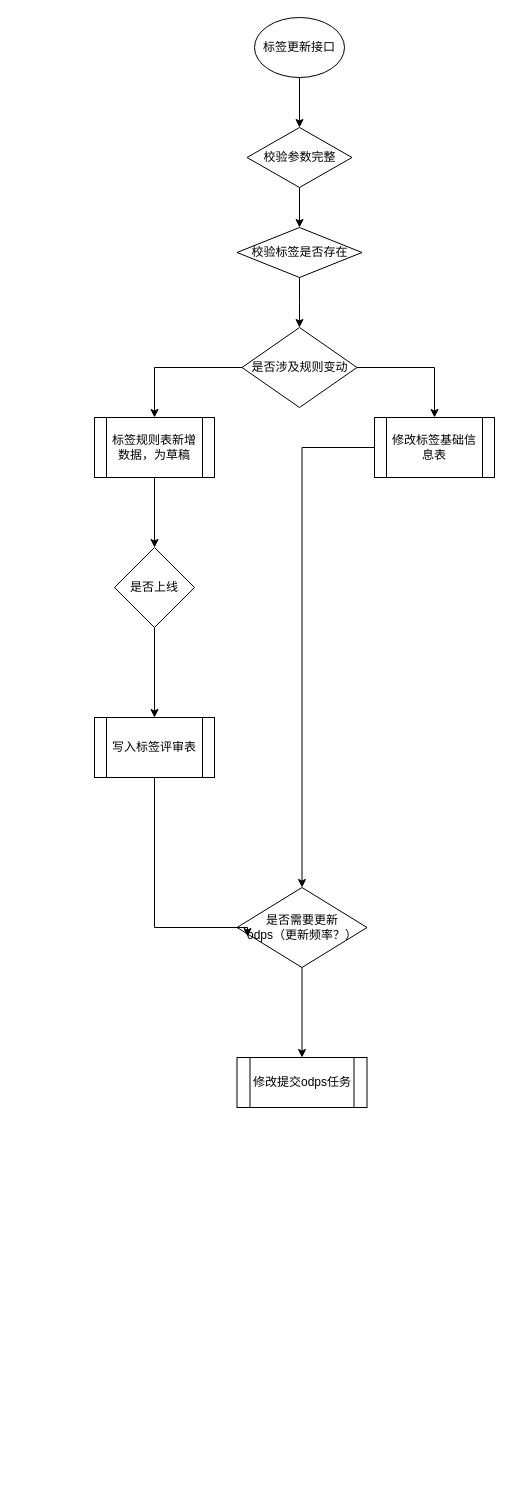
1418956397/JavaWeb-Project-Source-Share keeps this draw.io diagram as 标签更新接口流程图.drawio. Above is the earlier version. Source tidied: cells renumbered, new cells numbered last; positions are measured from the earlier drawing's top-left corner, leaving out a move shared by most shapes. Both pictures are drawn from the tidied source at 100%, with x=0, y=0 at pixel (94, 17).
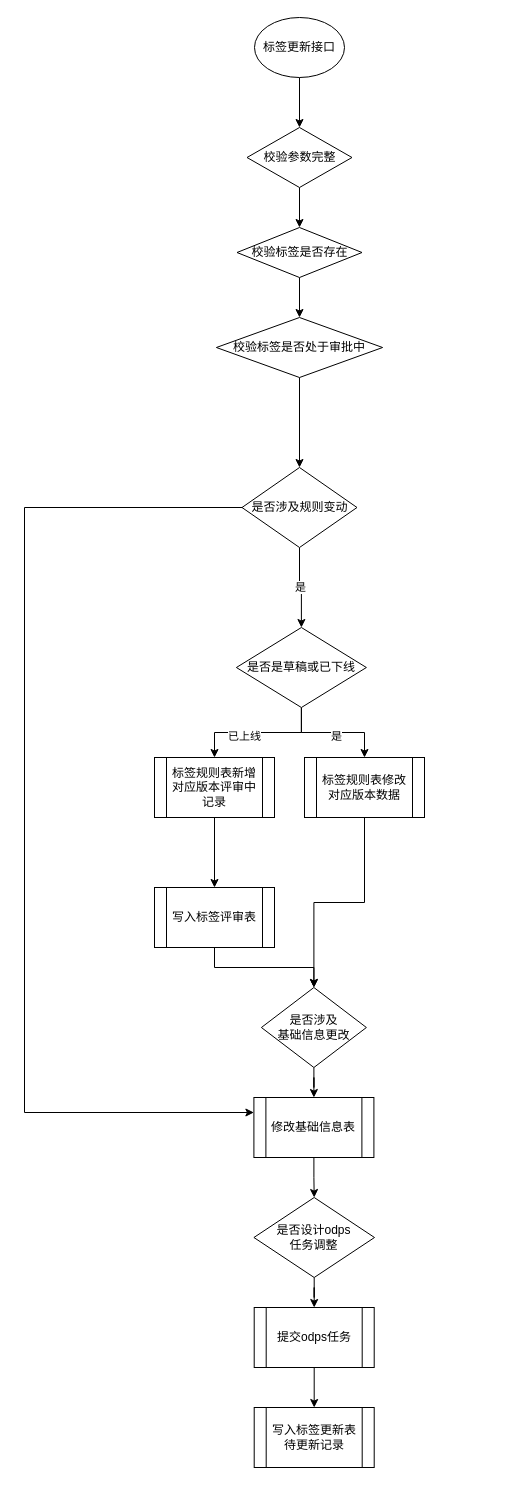
The same diagram, later.

Commit message:
更新标签更新接口流程图.drawio

The change refers to these unchanged cells:
```xml
<mxCell id="7" value="校验标签是否存在" style="rhombus;whiteSpace=wrap;html=1;" parent="1" vertex="1">
  <mxGeometry x="142.5" y="210" width="125" height="50" as="geometry" />
</mxCell>
```

Change to the diagram source:
```diff
@@
-    <mxCell id="6" style="edgeStyle=orthogonalEdgeStyle;rounded=0;jettySize=auto;html=1;" parent="1" edge="1" source="7">
-      <mxGeometry relative="1" as="geometry">
-        <mxPoint x="205" y="310" as="targetPoint" />
-      </mxGeometry>
+    <mxCell id="6" style="edgeStyle=orthogonalEdgeStyle;rounded=0;jettySize=auto;html=1;" parent="1" edge="1" source="7" target="23">
+      <mxGeometry relative="1" as="geometry" />
     </mxCell>
@@
-    <mxCell id="8" style="edgeStyle=orthogonalEdgeStyle;rounded=0;jettySize=auto;html=1;" parent="1" edge="1" source="10" target="12">
+    <mxCell id="8" value="是" style="edgeStyle=orthogonalEdgeStyle;rounded=0;jettySize=auto;html=1;" parent="1" edge="1" source="10" target="29">
       <mxGeometry relative="1" as="geometry" />
     </mxCell>
-    <mxCell id="9" style="edgeStyle=orthogonalEdgeStyle;rounded=0;jettySize=auto;html=1;" parent="1" edge="1" source="10" target="14">
-      <mxGeometry relative="1" as="geometry" />
-    </mxCell>
     <mxCell id="10" value="是否涉及规则变动" style="rhombus;whiteSpace=wrap;html=1;" parent="1" vertex="1">
-      <mxGeometry x="147.5" y="310" width="115" height="80" as="geometry" />
+      <mxGeometry x="147.5" y="450" width="115" height="80" as="geometry" />
     </mxCell>
-    <mxCell id="11" style="edgeStyle=orthogonalEdgeStyle;rounded=0;jettySize=auto;html=1;" parent="1" edge="1" source="12" target="16">
-      <mxGeometry relative="1" as="geometry" />
-    </mxCell>
-    <mxCell id="12" value="标签规则表新增数据，为草稿" style="shape=process;whiteSpace=wrap;html=1;backgroundOutline=1;" parent="1" vertex="1">
-      <mxGeometry y="400" width="120" height="60" as="geometry" />
-    </mxCell>
-    <mxCell id="13" style="edgeStyle=orthogonalEdgeStyle;rounded=0;jettySize=auto;html=1;" parent="1" edge="1" source="14" target="19">
-      <mxGeometry relative="1" as="geometry" />
-    </mxCell>
-    <mxCell id="14" value="修改标签基础信息表" style="shape=process;whiteSpace=wrap;html=1;backgroundOutline=1;" parent="1" vertex="1">
-      <mxGeometry x="280" y="400" width="120" height="60" as="geometry" />
-    </mxCell>
-    <mxCell id="15" style="edgeStyle=orthogonalEdgeStyle;rounded=0;jettySize=auto;html=1;" parent="1" edge="1" source="16" target="17">
-      <mxGeometry relative="1" as="geometry" />
-    </mxCell>
-    <mxCell id="16" value="是否上线" style="rhombus;whiteSpace=wrap;html=1;" parent="1" vertex="1">
-      <mxGeometry x="20" y="530" width="80" height="80" as="geometry" />
-    </mxCell>
+    <mxCell id="22" style="edgeStyle=orthogonalEdgeStyle;rounded=0;jettySize=auto;html=1;" parent="1" edge="1" source="23" target="10">
+      <mxGeometry relative="1" as="geometry" />
+    </mxCell>
+    <mxCell id="23" value="校验标签是否处于审批中" style="rhombus;whiteSpace=wrap;html=1;" parent="1" vertex="1">
+      <mxGeometry x="121.9" y="300" width="166.2" height="60" as="geometry" />
+    </mxCell>
+    <mxCell id="24" style="edgeStyle=orthogonalEdgeStyle;rounded=0;jettySize=auto;html=1;" parent="1" edge="1" source="29" target="31">
+      <mxGeometry relative="1" as="geometry" />
+    </mxCell>
+    <mxCell id="25" value="是" style="edgeLabel;html=1;align=center;verticalAlign=middle;" parent="24" vertex="1">
+      <mxGeometry x="0.06" y="-3" relative="1" as="geometry" />
+    </mxCell>
+    <mxCell id="26" style="edgeStyle=orthogonalEdgeStyle;rounded=0;jettySize=auto;html=1;" parent="1" edge="1" source="29" target="33">
+      <mxGeometry relative="1" as="geometry" />
+    </mxCell>
+    <mxCell id="27" value="已上线" style="edgeLabel;html=1;align=center;verticalAlign=middle;" parent="26" vertex="1">
+      <mxGeometry x="0.2" y="3" relative="1" as="geometry" />
+    </mxCell>
+    <mxCell id="28" style="edgeStyle=orthogonalEdgeStyle;rounded=0;jettySize=auto;html=1;entryX=0;entryY=0.25;entryDx=0;entryDy=0;exitX=0;exitY=0.5;exitDx=0;exitDy=0;" parent="1" edge="1" source="10" target="38">
+      <mxGeometry relative="1" as="geometry">
+        <Array as="points">
+          <mxPoint x="-70" y="490" />
+          <mxPoint x="-70" y="1095" />
+        </Array>
+      </mxGeometry>
+    </mxCell>
+    <mxCell id="29" value="是否是草稿或已下线" style="rhombus;whiteSpace=wrap;html=1;" parent="1" vertex="1">
+      <mxGeometry x="141.9" y="610" width="130" height="80" as="geometry" />
+    </mxCell>
+    <mxCell id="30" style="edgeStyle=orthogonalEdgeStyle;rounded=0;jettySize=auto;html=1;" parent="1" edge="1" source="31" target="36">
+      <mxGeometry relative="1" as="geometry" />
+    </mxCell>
+    <mxCell id="31" value="标签规则表修改对应版本数据" style="shape=process;whiteSpace=wrap;html=1;backgroundOutline=1;" parent="1" vertex="1">
+      <mxGeometry x="210" y="740" width="120" height="60" as="geometry" />
+    </mxCell>
+    <mxCell id="32" style="edgeStyle=orthogonalEdgeStyle;rounded=0;jettySize=auto;html=1;" parent="1" edge="1" source="33" target="17">
+      <mxGeometry relative="1" as="geometry" />
+    </mxCell>
+    <mxCell id="33" value="标签规则表新增对应版本评审中记录" style="shape=process;whiteSpace=wrap;html=1;backgroundOutline=1;" parent="1" vertex="1">
+      <mxGeometry x="60" y="740" width="120" height="60" as="geometry" />
+    </mxCell>
+    <mxCell id="34" style="edgeStyle=orthogonalEdgeStyle;rounded=0;jettySize=auto;html=1;" parent="1" edge="1" source="17" target="36">
+      <mxGeometry relative="1" as="geometry" />
+    </mxCell>
     <mxCell id="17" value="写入标签评审表" style="shape=process;whiteSpace=wrap;html=1;backgroundOutline=1;" parent="1" vertex="1">
-      <mxGeometry y="700" width="120" height="60" as="geometry" />
+      <mxGeometry x="60" y="870" width="120" height="60" as="geometry" />
     </mxCell>
-    <mxCell id="18" style="edgeStyle=orthogonalEdgeStyle;rounded=0;jettySize=auto;html=1;" parent="1" edge="1" source="19" target="20">
-      <mxGeometry relative="1" as="geometry" />
-    </mxCell>
-    <mxCell id="19" value="是否需要更新&lt;div&gt;odps（更新频率？）&lt;/div&gt;" style="rhombus;whiteSpace=wrap;html=1;" parent="1" vertex="1">
-      <mxGeometry x="142.5" y="870" width="130" height="80" as="geometry" />
-    </mxCell>
-    <mxCell id="20" value="修改提交odps任务" style="shape=process;whiteSpace=wrap;html=1;backgroundOutline=1;" parent="1" vertex="1">
-      <mxGeometry x="142.5" y="1040" width="130" height="50" as="geometry" />
-    </mxCell>
-    <mxCell id="21" style="edgeStyle=orthogonalEdgeStyle;rounded=0;jettySize=auto;html=1;entryX=0.081;entryY=0.613;entryDx=0;entryDy=0;entryPerimeter=0;" parent="1" edge="1" source="17" target="19">
-      <mxGeometry relative="1" as="geometry">
-        <Array as="points">
-          <mxPoint x="60" y="910" />
-          <mxPoint x="153" y="910" />
-        </Array>
-      </mxGeometry>
-    </mxCell>
+    <mxCell id="35" style="edgeStyle=orthogonalEdgeStyle;rounded=0;jettySize=auto;html=1;" parent="1" edge="1" source="36" target="38">
+      <mxGeometry relative="1" as="geometry" />
+    </mxCell>
+    <mxCell id="36" value="是否涉及&lt;div&gt;基础信息更改&lt;/div&gt;" style="rhombus;whiteSpace=wrap;html=1;" parent="1" vertex="1">
+      <mxGeometry x="166.9" y="970" width="105" height="80" as="geometry" />
+    </mxCell>
+    <mxCell id="37" style="edgeStyle=orthogonalEdgeStyle;rounded=0;jettySize=auto;html=1;" parent="1" edge="1" source="38" target="40">
+      <mxGeometry relative="1" as="geometry" />
+    </mxCell>
+    <mxCell id="38" value="修改基础信息表" style="shape=process;whiteSpace=wrap;html=1;backgroundOutline=1;" parent="1" vertex="1">
+      <mxGeometry x="159.4" y="1080" width="120" height="60" as="geometry" />
+    </mxCell>
+    <mxCell id="39" style="edgeStyle=orthogonalEdgeStyle;rounded=0;jettySize=auto;html=1;" parent="1" edge="1" source="40" target="42">
+      <mxGeometry relative="1" as="geometry" />
+    </mxCell>
+    <mxCell id="40" value="是否设计odps&lt;div&gt;任务调整&lt;/div&gt;" style="rhombus;whiteSpace=wrap;html=1;" parent="1" vertex="1">
+      <mxGeometry x="159.4" y="1180" width="120.6" height="80" as="geometry" />
+    </mxCell>
+    <mxCell id="41" style="edgeStyle=orthogonalEdgeStyle;rounded=0;jettySize=auto;html=1;" parent="1" edge="1" source="42" target="43">
+      <mxGeometry relative="1" as="geometry" />
+    </mxCell>
+    <mxCell id="42" value="提交odps任务" style="shape=process;whiteSpace=wrap;html=1;backgroundOutline=1;" parent="1" vertex="1">
+      <mxGeometry x="159.7" y="1290" width="120" height="60" as="geometry" />
+    </mxCell>
+    <mxCell id="43" value="写入标签更新表待更新记录" style="shape=process;whiteSpace=wrap;html=1;backgroundOutline=1;" parent="1" vertex="1">
+      <mxGeometry x="159.7" y="1390" width="120" height="60" as="geometry" />
+    </mxCell>
```
